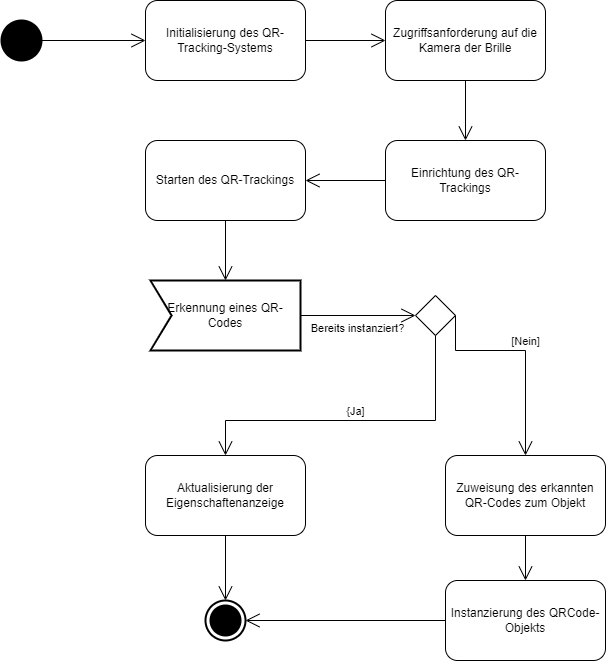
Above: QR-Ablauf.png in MoritzSkrepek/Diplomschrift (draw.io), before the change. Source tidied: cells renumbered, new cells last; positions are measured from the earlier drawing's top-left corner, leaving out a move shared by most shapes.
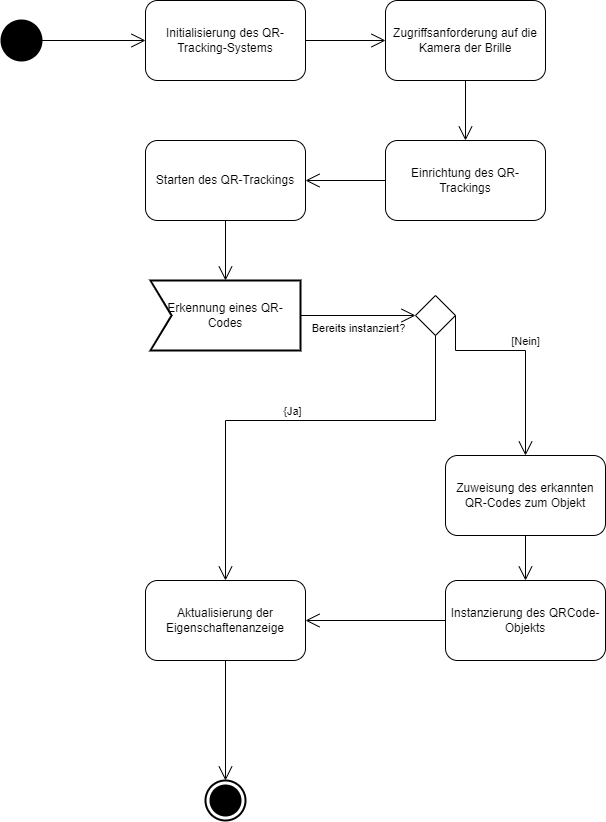
The same file after the commit.

Diff of the diagram source:
```diff
@@ -24,7 +24,7 @@
       <mxGeometry x="444" y="455" width="160" height="80" as="geometry" />
     </mxCell>
     <mxCell id="9" value="Aktualisierung der Eigenschaftenanzeige" style="shape=rect;html=1;rounded=1;whiteSpace=wrap;align=center;" parent="1" vertex="1">
-      <mxGeometry x="144" y="455" width="160" height="80" as="geometry" />
+      <mxGeometry x="144" y="580" width="160" height="80" as="geometry" />
     </mxCell>
     <mxCell id="10" value="Erkennung eines QR-Codes" style="html=1;shape=mxgraph.sysml.accEvent;strokeWidth=2;whiteSpace=wrap;align=center;" parent="1" vertex="1">
       <mxGeometry x="149" y="280" width="150" height="70" as="geometry" />
@@ -47,7 +47,7 @@
       </mxGeometry>
     </mxCell>
     <mxCell id="14" style="html=1;shape=mxgraph.sysml.actFinal;strokeWidth=2;verticalLabelPosition=bottom;verticalAlignment=top;" parent="1" vertex="1">
-      <mxGeometry x="204" y="600" width="40" height="40" as="geometry" />
+      <mxGeometry x="204" y="780" width="40" height="40" as="geometry" />
     </mxCell>
     <mxCell id="15" style="edgeStyle=none;html=1;endArrow=open;endSize=12;verticalAlign=top;labelBackgroundColor=none;rounded=0;exitX=1;exitY=0.5;exitDx=0;exitDy=0;" parent="1" edge="1" source="2" target="3">
       <mxGeometry relative="1" as="geometry" />
@@ -67,7 +67,7 @@
     <mxCell id="20" style="edgeStyle=none;html=1;endArrow=open;endSize=12;verticalAlign=top;labelBackgroundColor=none;rounded=0;" parent="1" edge="1" source="8" target="7">
       <mxGeometry relative="1" as="geometry" />
     </mxCell>
-    <mxCell id="21" style="edgeStyle=none;html=1;endArrow=open;endSize=12;verticalAlign=top;labelBackgroundColor=none;rounded=0;" parent="1" edge="1" source="7" target="14">
+    <mxCell id="21" style="edgeStyle=none;html=1;endArrow=open;endSize=12;verticalAlign=top;labelBackgroundColor=none;rounded=0;" parent="1" edge="1" source="7" target="9">
       <mxGeometry relative="1" as="geometry" />
     </mxCell>
     <mxCell id="22" style="edgeStyle=none;html=1;endArrow=open;endSize=12;verticalAlign=top;labelBackgroundColor=none;rounded=0;" parent="1" edge="1" source="9" target="14">
```
